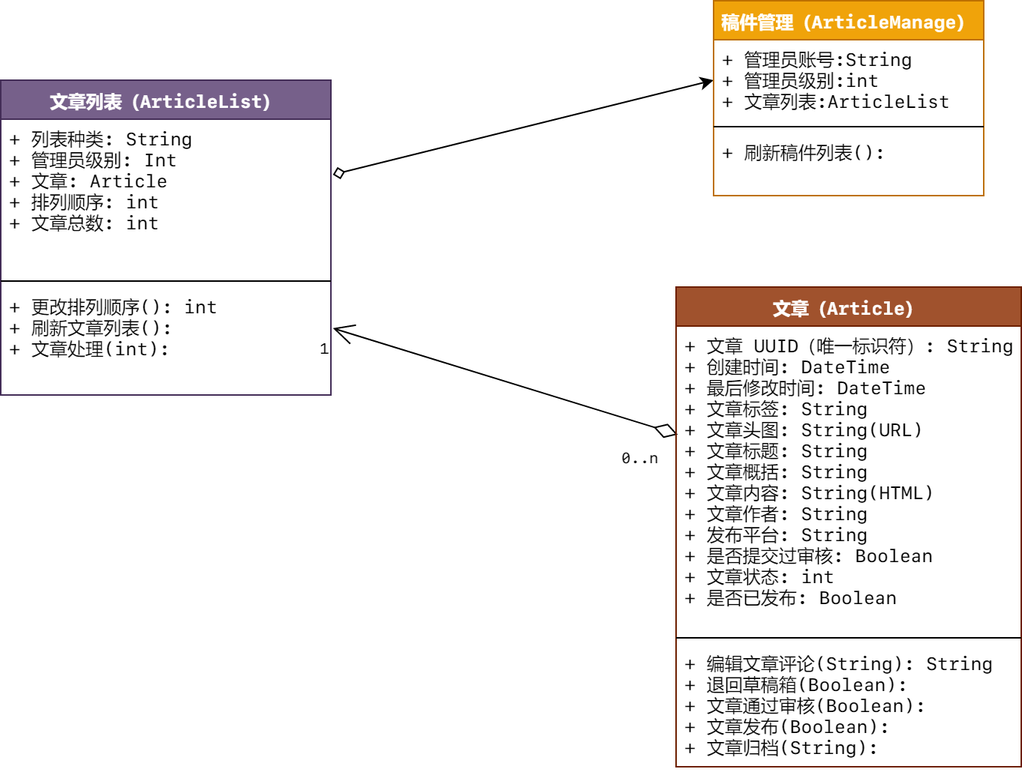
This is 1-SoftwareRequirements/ArticleManagement/am_class.png from zan-press/diagram, a draw.io export, as it was before one commit. Source tidied: cells renumbered, new cells last; positions are measured from the earlier drawing's top-left corner, leaving out a move shared by most shapes.
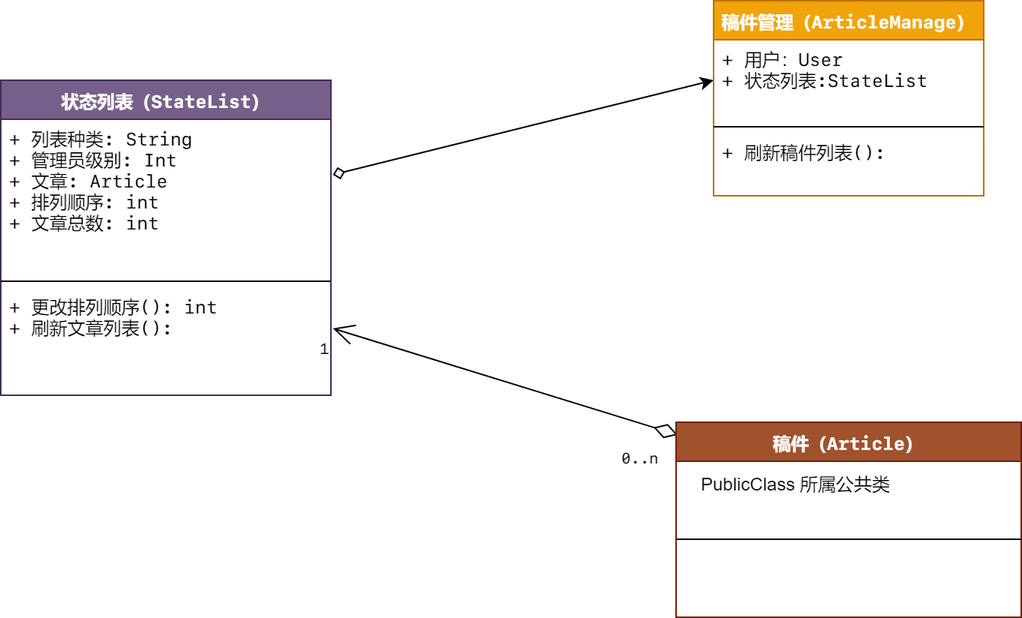
The same file after the commit.

Change to the diagram source:
```diff
@@ -5,7 +5,7 @@
     <mxCell id="2" style="rounded=0;jettySize=auto;html=1;exitX=1.006;exitY=0.356;exitDx=0;exitDy=0;entryX=0;entryY=0.5;entryDx=0;entryDy=0;startArrow=diamond;startFill=0;fontFamily=SF Mono;exitPerimeter=0;" parent="1" edge="1" source="4" target="15">
       <mxGeometry relative="1" as="geometry" />
     </mxCell>
-    <mxCell id="3" value="文章列表（ArticleList）" style="swimlane;fontStyle=1;align=center;verticalAlign=top;horizontal=1;startSize=26;fillColor=#76608a;strokeColor=#432D57;fontColor=#ffffff;fontFamily=SF Mono;" parent="1" vertex="1">
+    <mxCell id="3" value="状态列表（StateList）" style="swimlane;fontStyle=1;align=center;verticalAlign=top;horizontal=1;startSize=26;fillColor=#76608a;strokeColor=#432D57;fontColor=#ffffff;fontFamily=SF Mono;" parent="1" vertex="1">
       <mxGeometry y="53" width="220" height="210" as="geometry" />
     </mxCell>
     <mxCell id="4" value="+ 列表种类: String&#10;+ 管理员级别: Int&#10;+ 文章: Article&#10;+ 排列顺序: int&#10;+ 文章总数: int" style="text;strokeColor=none;fillColor=none;align=left;verticalAlign=top;spacingLeft=4;spacingRight=4;overflow=hidden;points=[[0,0.5],[1,0.5]];portConstraint=eastwest;spacing=2;imageAspect=1;noLabel=0;fontFamily=SF Mono;" parent="3" vertex="1">
@@ -14,11 +14,13 @@
     <mxCell id="5" style="line;strokeWidth=1;fillColor=none;align=left;verticalAlign=middle;spacingTop=-1;spacingLeft=3;spacingRight=3;labelPosition=right;fontFamily=SF Mono;" parent="3" vertex="1">
       <mxGeometry y="130" width="220" height="8" as="geometry" />
     </mxCell>
-    <mxCell id="6" value="+ 更改排列顺序(): int&#10;+ 刷新文章列表():&#10;+ 文章处理(int):" style="text;strokeColor=none;fillColor=none;align=left;verticalAlign=top;spacingLeft=4;spacingRight=4;overflow=hidden;points=[[0,0.5],[1,0.5]];portConstraint=eastwest;fontFamily=SF Mono;" parent="3" vertex="1">
+    <mxCell id="6" value="+ 更改排列顺序(): int&#10;+ 刷新文章列表():&#10;" style="text;strokeColor=none;fillColor=none;align=left;verticalAlign=top;spacingLeft=4;spacingRight=4;overflow=hidden;points=[[0,0.5],[1,0.5]];portConstraint=eastwest;fontFamily=SF Mono;" parent="3" vertex="1">
       <mxGeometry y="138" width="220" height="72" as="geometry" />
     </mxCell>
-    <mxCell id="7" style="endArrow=open;html=1;endSize=12;startArrow=diamondThin;startSize=14;startFill=0;entryX=1.006;entryY=0.381;entryDx=0;entryDy=0;exitX=0.005;exitY=0.355;exitDx=0;exitDy=0;exitPerimeter=0;fontFamily=SF Mono;entryPerimeter=0;" parent="1" edge="1" source="11" target="6">
-      <mxGeometry relative="1" as="geometry" />
+    <mxCell id="7" style="endArrow=open;html=1;endSize=12;startArrow=diamondThin;startSize=14;startFill=0;entryX=1.006;entryY=0.381;entryDx=0;entryDy=0;exitX=0.005;exitY=0.355;exitDx=0;exitDy=0;exitPerimeter=0;fontFamily=SF Mono;entryPerimeter=0;" parent="1" edge="1" target="6">
+      <mxGeometry relative="1" as="geometry">
+        <mxPoint x="451.2" y="289.4" as="sourcePoint" />
+      </mxGeometry>
     </mxCell>
     <mxCell id="8" value="0..n" style="html=1;align=left;verticalAlign=top;labelBackgroundColor=#ffffff;fontSize=10;fontFamily=SF Mono;" parent="7" vertex="1">
       <mxGeometry x="-1" relative="1" as="geometry">
@@ -28,22 +30,16 @@
     <mxCell id="9" value="1" style="html=1;align=right;verticalAlign=top;labelBackgroundColor=#ffffff;fontSize=10;fontFamily=SF Mono;" parent="7" vertex="1">
       <mxGeometry x="1" relative="1" as="geometry" />
     </mxCell>
-    <mxCell id="10" value="文章（Article）&#10;" style="swimlane;fontStyle=1;align=center;verticalAlign=top;horizontal=1;startSize=26;fillColor=#a0522d;strokeColor=#6D1F00;fontColor=#ffffff;fontFamily=SF Mono;" parent="1" vertex="1">
-      <mxGeometry x="450" y="191" width="230" height="320" as="geometry" />
+    <mxCell id="10" value="稿件（Article）&#10;" style="swimlane;fontStyle=1;align=center;verticalAlign=top;horizontal=1;startSize=26;fillColor=#a0522d;strokeColor=#6D1F00;fontColor=#ffffff;fontFamily=SF Mono;" parent="1" vertex="1">
+      <mxGeometry x="450" y="281" width="230" height="130" as="geometry" />
     </mxCell>
-    <mxCell id="11" value="+ 文章 UUID（唯一标识符）: String&#10;+ 创建时间: DateTime&#10;+ 最后修改时间: DateTime&#10;+ 文章标签: String&#10;+ 文章头图: String(URL)&#10;+ 文章标题: String&#10;+ 文章概括: String&#10;+ 文章内容: String(HTML)&#10;+ 文章作者: String&#10;+ 发布平台: String&#10;+ 是否提交过审核: Boolean&#10;+ 文章状态: int&#10;+ 是否已发布: Boolean&#10;" style="text;strokeColor=none;fillColor=none;align=left;verticalAlign=top;spacingLeft=4;spacingRight=4;overflow=hidden;points=[[0,0.5],[1,0.5]];portConstraint=eastwest;spacing=2;imageAspect=1;noLabel=0;fontFamily=SF Mono;" parent="10" vertex="1">
-      <mxGeometry y="26" width="230" height="204" as="geometry" />
-    </mxCell>
     <mxCell id="12" style="line;strokeWidth=1;fillColor=none;align=left;verticalAlign=middle;spacingTop=-1;spacingLeft=3;spacingRight=3;labelPosition=right;fontFamily=SF Mono;" parent="10" vertex="1">
-      <mxGeometry y="230" width="230" height="8" as="geometry" />
+      <mxGeometry y="26" width="230" height="104" as="geometry" />
     </mxCell>
-    <mxCell id="13" value="+ 编辑文章评论(String): String&#10;+ 退回草稿箱(Boolean): &#10;+ 文章通过审核(Boolean):&#10;+ 文章发布(Boolean):&#10;+ 文章归档(String):&#10;" style="text;strokeColor=none;fillColor=none;align=left;verticalAlign=top;spacingLeft=4;spacingRight=4;overflow=hidden;fontFamily=SF Mono;" parent="10" vertex="1">
-      <mxGeometry y="238" width="230" height="82" as="geometry" />
-    </mxCell>
     <mxCell id="14" value="稿件管理（ArticleManage）" style="swimlane;fontStyle=1;align=center;verticalAlign=top;horizontal=1;startSize=26;fillColor=#f0a30a;strokeColor=#BD7000;fontFamily=SF Mono;fontColor=#ffffff;" parent="1" vertex="1">
       <mxGeometry x="475" width="180" height="130" as="geometry" />
     </mxCell>
-    <mxCell id="15" value="+ 管理员账号:String&#10;+ 管理员级别:int&#10;+ 文章列表:ArticleList" style="text;strokeColor=none;fillColor=none;align=left;verticalAlign=top;spacingLeft=4;spacingRight=4;overflow=hidden;points=[[0,0.5],[1,0.5]];portConstraint=eastwest;fontFamily=SF Mono;" parent="14" vertex="1">
+    <mxCell id="15" value="+ 用户：User&#10;+ 状态列表:StateList" style="text;strokeColor=none;fillColor=none;align=left;verticalAlign=top;spacingLeft=4;spacingRight=4;overflow=hidden;points=[[0,0.5],[1,0.5]];portConstraint=eastwest;fontFamily=SF Mono;" parent="14" vertex="1">
       <mxGeometry y="26" width="180" height="54" as="geometry" />
     </mxCell>
     <mxCell id="16" style="line;strokeWidth=1;fillColor=none;align=left;verticalAlign=middle;spacingTop=-1;spacingLeft=3;spacingRight=3;labelPosition=right;fontFamily=SF Mono;" parent="14" vertex="1">
@@ -52,5 +48,8 @@
     <mxCell id="17" value="+ 刷新稿件列表():" style="text;strokeColor=none;fillColor=none;align=left;verticalAlign=top;spacingLeft=4;spacingRight=4;overflow=hidden;fontFamily=SF Mono;" parent="14" vertex="1">
       <mxGeometry y="88" width="180" height="42" as="geometry" />
     </mxCell>
+    <mxCell id="18" value="PublicClass 所属公共类" style="text;html=1;align=left;verticalAlign=top;spacingTop=-4;" parent="1" vertex="1">
+      <mxGeometry x="465" y="313" width="140" height="20" as="geometry" />
+    </mxCell>
   </root>
 </mxGraphModel>
```
